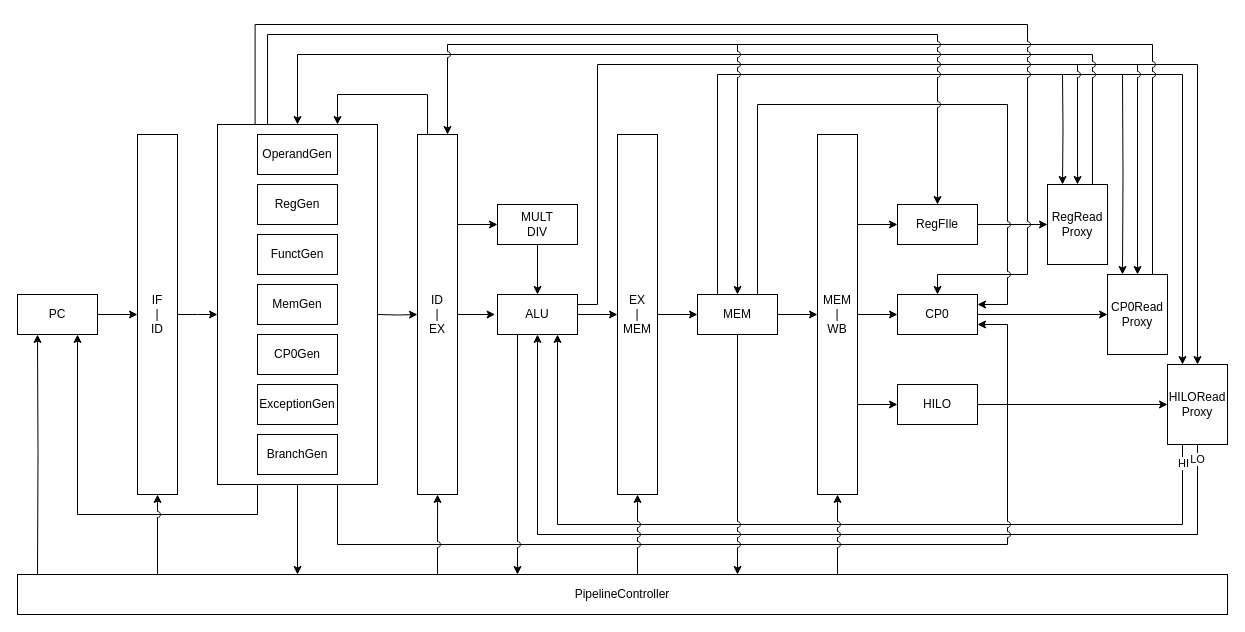
The draw.io diagram CS/ExternMIPS/数据移动指令/MFHI.drawio in umiskky/Diagrams, before the edit. Source tidied: cells renumbered, new cells numbered last; positions are measured from the earlier drawing's top-left corner, leaving out a move shared by most shapes. Both pictures are drawn from the tidied source at 100%, with x=0, y=0 at pixel (17, 24).
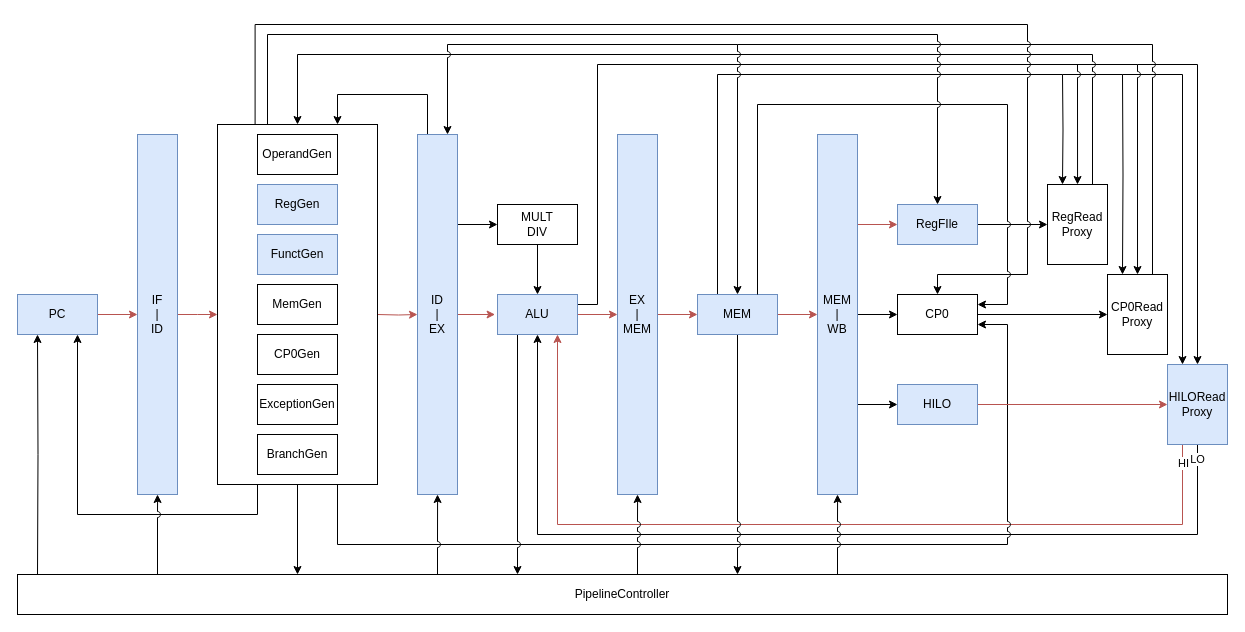
The same diagram, later.

Change to the diagram source:
```diff
@@
-    <mxCell id="8" style="edgeStyle=orthogonalEdgeStyle;rounded=0;jettySize=auto;html=1;exitX=0.25;exitY=1;exitDx=0;exitDy=0;entryX=0.75;entryY=1;entryDx=0;entryDy=0;" parent="1" edge="1" source="54" target="40">
+    <mxCell id="8" style="edgeStyle=orthogonalEdgeStyle;rounded=0;jettySize=auto;html=1;exitX=0.25;exitY=1;exitDx=0;exitDy=0;entryX=0.75;entryY=1;entryDx=0;entryDy=0;fillColor=#f8cecc;strokeColor=#b85450;" parent="1" edge="1" source="54" target="40">
       <mxGeometry relative="1" as="geometry">
         <Array as="points">
           <mxPoint x="1165" y="500" />
           <mxPoint x="540" y="500" />
         </Array>
       </mxGeometry>
     </mxCell>
@@
-    <mxCell id="15" style="edgeStyle=orthogonalEdgeStyle;rounded=0;jettySize=auto;html=1;exitX=1;exitY=0.5;exitDx=0;exitDy=0;" parent="1" edge="1" source="17" target="20">
+    <mxCell id="15" style="edgeStyle=orthogonalEdgeStyle;rounded=0;jettySize=auto;html=1;exitX=1;exitY=0.5;exitDx=0;exitDy=0;fillColor=#f8cecc;strokeColor=#b85450;" parent="1" edge="1" source="17" target="20">
       <mxGeometry relative="1" as="geometry" />
     </mxCell>
@@
-    <mxCell id="17" value="PC" style="rounded=0;whiteSpace=wrap;html=1;" parent="1" vertex="1">
+    <mxCell id="17" value="PC" style="rounded=0;whiteSpace=wrap;html=1;fillColor=#dae8fc;strokeColor=#6c8ebf;" parent="1" vertex="1">
       <mxGeometry y="270" width="80" height="40" as="geometry" />
     </mxCell>
-    <mxCell id="18" style="edgeStyle=orthogonalEdgeStyle;rounded=0;jettySize=auto;html=1;exitX=1;exitY=0.5;exitDx=0;exitDy=0;entryX=0;entryY=0.5;entryDx=0;entryDy=0;" parent="1" edge="1" source="20">
+    <mxCell id="18" style="edgeStyle=orthogonalEdgeStyle;rounded=0;jettySize=auto;html=1;exitX=1;exitY=0.5;exitDx=0;exitDy=0;entryX=0;entryY=0.5;entryDx=0;entryDy=0;fillColor=#f8cecc;strokeColor=#b85450;" parent="1" edge="1" source="20">
       <mxGeometry relative="1" as="geometry">
         <mxPoint x="200" y="290" as="targetPoint" />
       </mxGeometry>
     </mxCell>
@@
-    <mxCell id="20" value="IF&lt;br&gt;|&lt;br&gt;ID" style="rounded=0;whiteSpace=wrap;html=1;" parent="1" vertex="1">
+    <mxCell id="20" value="IF&lt;br&gt;|&lt;br&gt;ID" style="rounded=0;whiteSpace=wrap;html=1;fillColor=#dae8fc;strokeColor=#6c8ebf;" parent="1" vertex="1">
       <mxGeometry x="120" y="110" width="40" height="360" as="geometry" />
     </mxCell>
@@
-    <mxCell id="22" style="edgeStyle=orthogonalEdgeStyle;rounded=0;jettySize=auto;html=1;exitX=1;exitY=0.5;exitDx=0;exitDy=0;entryX=-0.03;entryY=0.482;entryDx=0;entryDy=0;entryPerimeter=0;" parent="1" edge="1" source="25" target="40">
+    <mxCell id="22" style="edgeStyle=orthogonalEdgeStyle;rounded=0;jettySize=auto;html=1;exitX=1;exitY=0.5;exitDx=0;exitDy=0;entryX=-0.03;entryY=0.482;entryDx=0;entryDy=0;entryPerimeter=0;fillColor=#f8cecc;strokeColor=#b85450;" parent="1" edge="1" source="25" target="40">
       <mxGeometry relative="1" as="geometry" />
     </mxCell>
@@
-    <mxCell id="25" value="ID&lt;br&gt;|&lt;br&gt;EX" style="rounded=0;whiteSpace=wrap;html=1;" parent="1" vertex="1">
+    <mxCell id="25" value="ID&lt;br&gt;|&lt;br&gt;EX" style="rounded=0;whiteSpace=wrap;html=1;fillColor=#dae8fc;strokeColor=#6c8ebf;" parent="1" vertex="1">
       <mxGeometry x="400" y="110" width="40" height="360" as="geometry" />
     </mxCell>
-    <mxCell id="26" style="edgeStyle=orthogonalEdgeStyle;rounded=0;jettySize=auto;html=1;exitX=1;exitY=0.5;exitDx=0;exitDy=0;entryX=0;entryY=0.5;entryDx=0;entryDy=0;" parent="1" edge="1" source="28" target="43">
+    <mxCell id="26" style="edgeStyle=orthogonalEdgeStyle;rounded=0;jettySize=auto;html=1;exitX=1;exitY=0.5;exitDx=0;exitDy=0;entryX=0;entryY=0.5;entryDx=0;entryDy=0;fillColor=#f8cecc;strokeColor=#b85450;" parent="1" edge="1" source="28" target="43">
       <mxGeometry relative="1" as="geometry" />
     </mxCell>
@@
-    <mxCell id="28" value="EX&lt;br&gt;|&lt;br&gt;MEM" style="rounded=0;whiteSpace=wrap;html=1;" parent="1" vertex="1">
+    <mxCell id="28" value="EX&lt;br&gt;|&lt;br&gt;MEM" style="rounded=0;whiteSpace=wrap;html=1;fillColor=#dae8fc;strokeColor=#6c8ebf;" parent="1" vertex="1">
       <mxGeometry x="600" y="110" width="40" height="360" as="geometry" />
     </mxCell>
@@
-    <mxCell id="30" style="edgeStyle=orthogonalEdgeStyle;rounded=0;jettySize=auto;html=1;exitX=1;exitY=0.25;exitDx=0;exitDy=0;entryX=0;entryY=0.5;entryDx=0;entryDy=0;" parent="1" edge="1" source="33" target="45">
+    <mxCell id="30" style="edgeStyle=orthogonalEdgeStyle;rounded=0;jettySize=auto;html=1;exitX=1;exitY=0.25;exitDx=0;exitDy=0;entryX=0;entryY=0.5;entryDx=0;entryDy=0;fillColor=#f8cecc;strokeColor=#b85450;" parent="1" edge="1" source="33" target="45">
       <mxGeometry relative="1" as="geometry" />
     </mxCell>
@@
-    <mxCell id="33" value="MEM&lt;br&gt;|&lt;br&gt;WB" style="rounded=0;whiteSpace=wrap;html=1;" parent="1" vertex="1">
+    <mxCell id="33" value="MEM&lt;br&gt;|&lt;br&gt;WB" style="rounded=0;whiteSpace=wrap;html=1;fillColor=#dae8fc;strokeColor=#6c8ebf;" parent="1" vertex="1">
       <mxGeometry x="800" y="110" width="40" height="360" as="geometry" />
     </mxCell>
-    <mxCell id="34" style="edgeStyle=orthogonalEdgeStyle;rounded=0;jettySize=auto;html=1;exitX=1;exitY=0.5;exitDx=0;exitDy=0;entryX=0;entryY=0.5;entryDx=0;entryDy=0;" parent="1" edge="1" target="25">
+    <mxCell id="34" style="edgeStyle=orthogonalEdgeStyle;rounded=0;jettySize=auto;html=1;exitX=1;exitY=0.5;exitDx=0;exitDy=0;entryX=0;entryY=0.5;entryDx=0;entryDy=0;fillColor=#f8cecc;strokeColor=#b85450;" parent="1" edge="1" target="25">
       <mxGeometry relative="1" as="geometry">
         <mxPoint x="360" y="290" as="sourcePoint" />
       </mxGeometry>
     </mxCell>
@@
-    <mxCell id="38" style="edgeStyle=orthogonalEdgeStyle;rounded=0;jettySize=auto;html=1;exitX=1;exitY=0.5;exitDx=0;exitDy=0;entryX=0;entryY=0.5;entryDx=0;entryDy=0;" parent="1" edge="1" source="40" target="28">
+    <mxCell id="38" style="edgeStyle=orthogonalEdgeStyle;rounded=0;jettySize=auto;html=1;exitX=1;exitY=0.5;exitDx=0;exitDy=0;entryX=0;entryY=0.5;entryDx=0;entryDy=0;fillColor=#f8cecc;strokeColor=#b85450;" parent="1" edge="1" source="40" target="28">
       <mxGeometry relative="1" as="geometry" />
     </mxCell>
@@
-    <mxCell id="40" value="ALU" style="rounded=0;whiteSpace=wrap;html=1;" parent="1" vertex="1">
+    <mxCell id="40" value="ALU" style="rounded=0;whiteSpace=wrap;html=1;fillColor=#dae8fc;strokeColor=#6c8ebf;" parent="1" vertex="1">
       <mxGeometry x="480" y="270" width="80" height="40" as="geometry" />
     </mxCell>
-    <mxCell id="41" style="edgeStyle=orthogonalEdgeStyle;rounded=0;jettySize=auto;html=1;exitX=1;exitY=0.5;exitDx=0;exitDy=0;entryX=0;entryY=0.5;entryDx=0;entryDy=0;" parent="1" edge="1" source="43" target="33">
+    <mxCell id="41" style="edgeStyle=orthogonalEdgeStyle;rounded=0;jettySize=auto;html=1;exitX=1;exitY=0.5;exitDx=0;exitDy=0;entryX=0;entryY=0.5;entryDx=0;entryDy=0;fillColor=#f8cecc;strokeColor=#b85450;" parent="1" edge="1" source="43" target="33">
       <mxGeometry relative="1" as="geometry" />
     </mxCell>
@@
-    <mxCell id="43" value="MEM" style="rounded=0;whiteSpace=wrap;html=1;" parent="1" vertex="1">
+    <mxCell id="43" value="MEM" style="rounded=0;whiteSpace=wrap;html=1;fillColor=#dae8fc;strokeColor=#6c8ebf;" parent="1" vertex="1">
       <mxGeometry x="680" y="270" width="80" height="40" as="geometry" />
     </mxCell>
@@
-    <mxCell id="45" value="RegFIle" style="rounded=0;whiteSpace=wrap;html=1;" parent="1" vertex="1">
+    <mxCell id="45" value="RegFIle" style="rounded=0;whiteSpace=wrap;html=1;fillColor=#dae8fc;strokeColor=#6c8ebf;" parent="1" vertex="1">
       <mxGeometry x="880" y="180" width="80" height="40" as="geometry" />
     </mxCell>
@@
-    <mxCell id="48" style="edgeStyle=orthogonalEdgeStyle;rounded=0;jettySize=auto;html=1;exitX=1;exitY=0.5;exitDx=0;exitDy=0;entryX=0;entryY=0.5;entryDx=0;entryDy=0;" parent="1" edge="1" source="49" target="54">
+    <mxCell id="48" style="edgeStyle=orthogonalEdgeStyle;rounded=0;jettySize=auto;html=1;exitX=1;exitY=0.5;exitDx=0;exitDy=0;entryX=0;entryY=0.5;entryDx=0;entryDy=0;fillColor=#f8cecc;strokeColor=#b85450;" parent="1" edge="1" source="49" target="54">
       <mxGeometry relative="1" as="geometry" />
     </mxCell>
-    <mxCell id="49" value="HILO" style="rounded=0;whiteSpace=wrap;html=1;" parent="1" vertex="1">
+    <mxCell id="49" value="HILO" style="rounded=0;whiteSpace=wrap;html=1;fillColor=#dae8fc;strokeColor=#6c8ebf;" parent="1" vertex="1">
       <mxGeometry x="880" y="360" width="80" height="40" as="geometry" />
     </mxCell>
@@
-    <mxCell id="54" value="HILORead&lt;br&gt;Proxy" style="rounded=0;whiteSpace=wrap;html=1;" parent="1" vertex="1">
+    <mxCell id="54" value="HILORead&lt;br&gt;Proxy" style="rounded=0;whiteSpace=wrap;html=1;fillColor=#dae8fc;strokeColor=#6c8ebf;" parent="1" vertex="1">
       <mxGeometry x="1150" y="340" width="60" height="80" as="geometry" />
     </mxCell>
@@
-    <mxCell id="64" value="FunctGen" style="rounded=0;whiteSpace=wrap;html=1;" parent="1" vertex="1">
+    <mxCell id="64" value="FunctGen" style="rounded=0;whiteSpace=wrap;html=1;fillColor=#dae8fc;strokeColor=#6c8ebf;" parent="1" vertex="1">
       <mxGeometry x="240" y="210" width="80" height="40" as="geometry" />
     </mxCell>
@@
-    <mxCell id="67" value="RegGen" style="rounded=0;whiteSpace=wrap;html=1;" parent="1" vertex="1">
+    <mxCell id="67" value="RegGen" style="rounded=0;whiteSpace=wrap;html=1;fillColor=#dae8fc;strokeColor=#6c8ebf;" parent="1" vertex="1">
       <mxGeometry x="240" y="160" width="80" height="40" as="geometry" />
     </mxCell>
```
